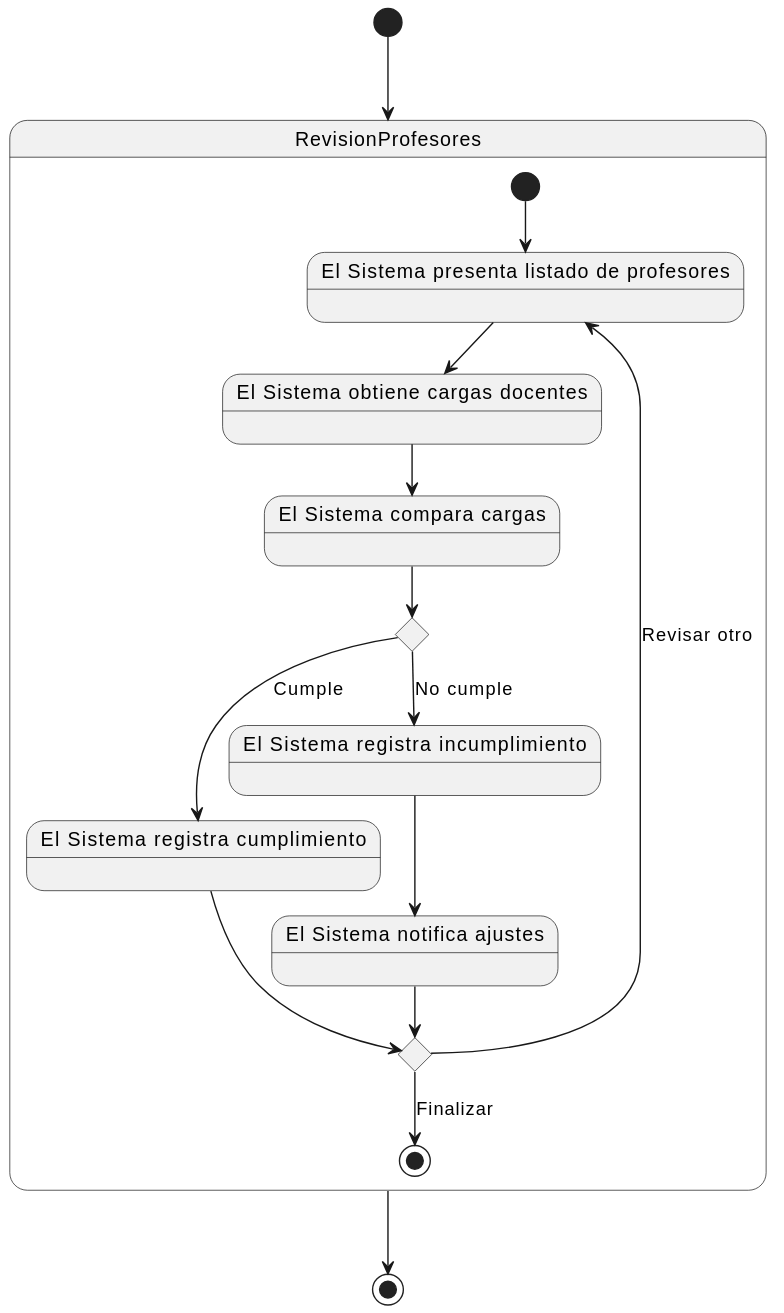
Earlier version of the PlantUML export images/modelosUML/CdU/DetallarCasosDeUso/Conjunto/RevisarProfesores.svg (mmasias/24-25-IdSw1-SDR). Source of this version:
```plantuml
@startuml
[*] --> RevisionProfesores

    state RevisionProfesores {
        [*] --> Estado1

        state "El Sistema presenta listado de profesores" as Estado1
        state "El Sistema obtiene cargas docentes" as Estado2
        state "El Sistema compara cargas" as Estado3

        Estado1 --> Estado2
        Estado2 --> Estado3

        state choice1 <<choice>>
        Estado3 --> choice1

        state "El Sistema registra cumplimiento" as Estado4
        state "El Sistema registra incumplimiento" as Estado5
        state "El Sistema notifica ajustes" as Estado6

        choice1 --> Estado4: Cumple
        choice1 --> Estado5: No cumple

        Estado5 --> Estado6

        state choice2 <<choice>>
        Estado4 --> choice2
        Estado6 --> choice2

        choice2 --> Estado1: Revisar otro
        choice2 --> [*]: Finalizar
    }

    RevisionProfesores --> [*]
@enduml
```
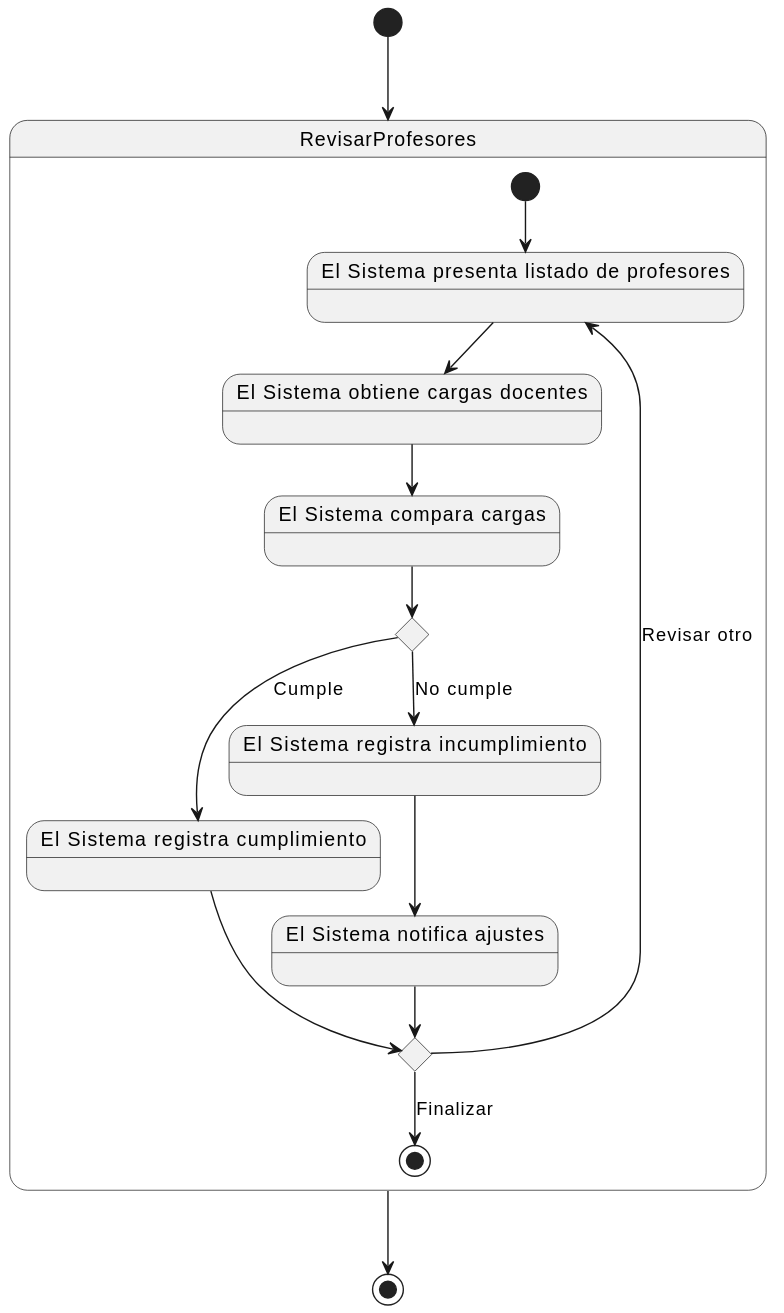
After the change.

Change to the diagram source:
```diff
@@ -1,7 +1,7 @@
 @startuml
-[*] --> RevisionProfesores
+[*] --> RevisarProfesores
 
-    state RevisionProfesores {
+    state RevisarProfesores {
         [*] --> Estado1
 
         state "El Sistema presenta listado de profesores" as Estado1
@@ -31,5 +31,5 @@
         choice2 --> [*]: Finalizar
     }
 
-    RevisionProfesores --> [*]
+    RevisarProfesores --> [*]
 @enduml
```
